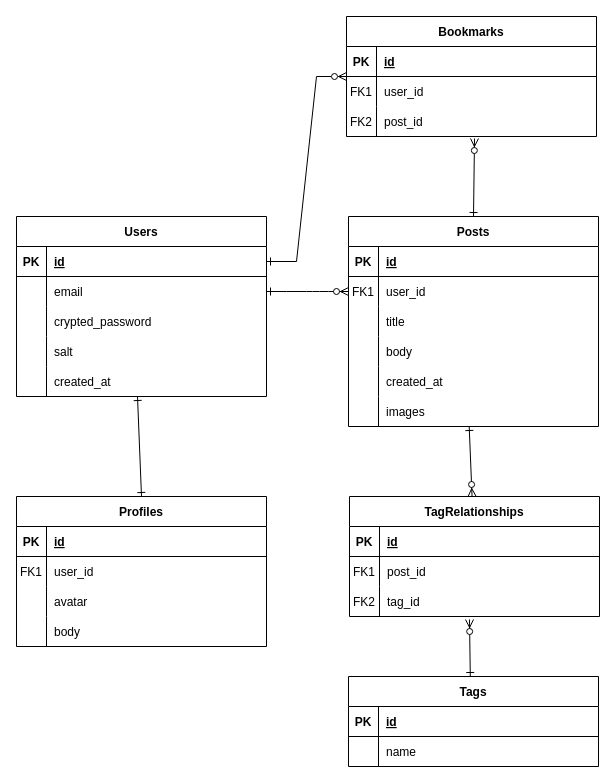
Above: ota_goods_app.drawio in akinokazuki/wota_godds_app (draw.io), before the change. Source tidied: cells renumbered, new cells numbered last; positions are measured from the earlier drawing's top-left corner, leaving out a move shared by most shapes. Both pictures are drawn from the tidied source at 100%, with x=0, y=0 at pixel (16, 16).
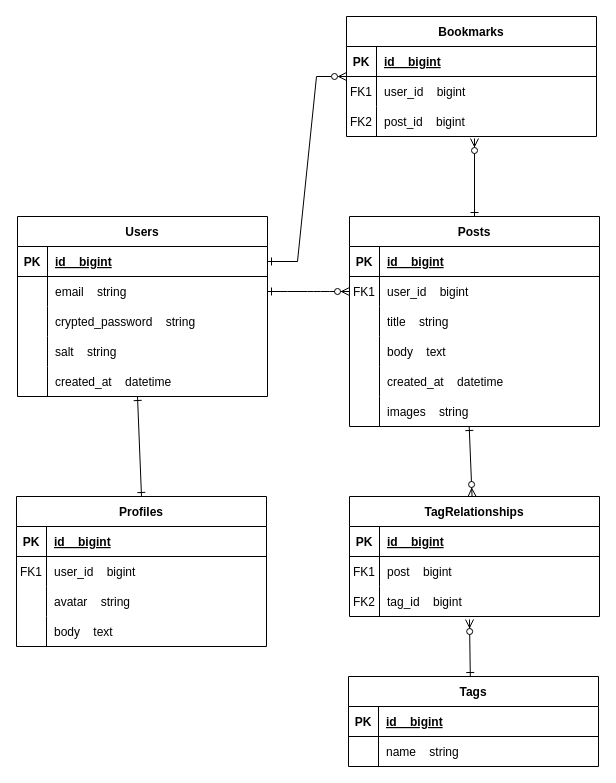
Above is the later version.

Unchanged cells that the change refers to:
```xml
<mxCell id="4" style="shape=partialRectangle;fillColor=none;top=0;left=0;right=0;bottom=1;" parent="3" vertex="1">
  <mxGeometry y="30" width="250" height="30" as="geometry" />
</mxCell>
<mxCell id="7" style="shape=partialRectangle;fillColor=none;points=[[0,0.5],[1,0.5]];portConstraint=eastwest;top=0;left=0;right=0;bottom=0;" parent="3" vertex="1">
  <mxGeometry y="60" width="250" height="30" as="geometry" />
</mxCell>
<mxCell id="10" style="shape=partialRectangle;fillColor=none;top=0;left=0;right=0;bottom=0;" parent="3" vertex="1">
  <mxGeometry y="90" width="250" height="30" as="geometry" />
</mxCell>
<mxCell id="13" style="shape=partialRectangle;fillColor=none;top=0;left=0;right=0;bottom=0;" parent="3" vertex="1">
  <mxGeometry y="120" width="250" height="30" as="geometry" />
</mxCell>
<mxCell id="16" style="shape=partialRectangle;fillColor=none;top=0;left=0;right=0;bottom=0;" parent="3" vertex="1">
  <mxGeometry y="150" width="250" height="30" as="geometry" />
</mxCell>
<mxCell id="19" style="shape=partialRectangle;fillColor=none;top=0;left=0;right=0;bottom=0;" parent="3" vertex="1">
  <mxGeometry y="180" width="250" height="30" as="geometry" />
</mxCell>
<mxCell id="23" style="shape=partialRectangle;fillColor=none;top=0;left=0;right=0;bottom=1;" parent="22" vertex="1">
  <mxGeometry y="30" width="250" height="30" as="geometry" />
</mxCell>
<mxCell id="26" style="shape=partialRectangle;fillColor=none;top=0;left=0;right=0;bottom=0;" parent="22" vertex="1">
  <mxGeometry y="60" width="250" height="30" as="geometry" />
</mxCell>
<mxCell id="29" style="shape=partialRectangle;fillColor=none;top=0;left=0;right=0;bottom=0;" parent="22" vertex="1">
  <mxGeometry y="90" width="250" height="30" as="geometry" />
</mxCell>
<mxCell id="32" style="shape=partialRectangle;fillColor=none;top=0;left=0;right=0;bottom=0;" parent="22" vertex="1">
  <mxGeometry y="120" width="250" height="30" as="geometry" />
</mxCell>
<mxCell id="36" style="shape=partialRectangle;fillColor=none;points=[[0,0.5],[1,0.5]];portConstraint=eastwest;top=0;left=0;right=0;bottom=1;" parent="35" vertex="1">
  <mxGeometry y="30" width="250" height="30" as="geometry" />
</mxCell>
<mxCell id="39" style="shape=partialRectangle;fillColor=none;points=[[0,0.5],[1,0.5]];portConstraint=eastwest;top=0;left=0;right=0;bottom=0;" parent="35" vertex="1">
  <mxGeometry y="60" width="250" height="30" as="geometry" />
</mxCell>
<mxCell id="42" style="shape=partialRectangle;fillColor=none;top=0;left=0;right=0;bottom=0;" parent="35" vertex="1">
  <mxGeometry y="90" width="250" height="30" as="geometry" />
</mxCell>
<mxCell id="45" style="shape=partialRectangle;fillColor=none;top=0;left=0;right=0;bottom=0;" parent="35" vertex="1">
  <mxGeometry y="120" width="250" height="30" as="geometry" />
</mxCell>
<mxCell id="48" style="shape=partialRectangle;fillColor=none;top=0;left=0;right=0;bottom=0;" parent="35" vertex="1">
  <mxGeometry y="150" width="250" height="30" as="geometry" />
</mxCell>
<mxCell id="52" style="shape=partialRectangle;fillColor=none;top=0;left=0;right=0;bottom=1;" parent="51" vertex="1">
  <mxGeometry y="30" width="250" height="30" as="geometry" />
</mxCell>
<mxCell id="55" style="shape=partialRectangle;fillColor=none;top=0;left=0;right=0;bottom=0;" parent="51" vertex="1">
  <mxGeometry y="60" width="250" height="30" as="geometry" />
</mxCell>
<mxCell id="58" style="shape=partialRectangle;fillColor=none;top=0;left=0;right=0;bottom=0;" parent="51" vertex="1">
  <mxGeometry y="90" width="250" height="30" as="geometry" />
</mxCell>
<mxCell id="65" style="shape=partialRectangle;fillColor=none;top=0;left=0;right=0;bottom=1;" parent="64" vertex="1">
  <mxGeometry y="30" width="250" height="30" as="geometry" />
</mxCell>
<mxCell id="68" style="shape=partialRectangle;fillColor=none;top=0;left=0;right=0;bottom=0;" parent="64" vertex="1">
  <mxGeometry y="60" width="250" height="30" as="geometry" />
</mxCell>
<mxCell id="71" style="shape=partialRectangle;fillColor=none;points=[[0,0.5],[1,0.5]];portConstraint=eastwest;top=0;left=0;right=0;bottom=0;" parent="64" vertex="1">
  <mxGeometry y="90" width="250" height="30" as="geometry" />
</mxCell>
<mxCell id="75" style="shape=partialRectangle;fillColor=none;top=0;left=0;right=0;bottom=1;" parent="74" vertex="1">
  <mxGeometry y="30" width="250" height="30" as="geometry" />
</mxCell>
<mxCell id="78" style="shape=partialRectangle;fillColor=none;top=0;left=0;right=0;bottom=0;" parent="74" vertex="1">
  <mxGeometry y="60" width="250" height="30" as="geometry" />
</mxCell>
```

Diff of the diagram source:
```diff
@@
     <mxCell id="3" value="Posts" style="shape=table;startSize=30;childLayout=tableLayout;rowLines=0;fontStyle=1;align=center;" parent="1" vertex="1">
-      <mxGeometry x="332" y="200" width="250" height="210" as="geometry" />
+      <mxGeometry x="333" y="200" width="250" height="210" as="geometry" />
     </mxCell>
@@
-    <mxCell id="6" value="id" style="shape=partialRectangle;overflow=hidden;fillColor=none;top=0;left=0;bottom=0;right=0;align=left;spacingLeft=6;fontStyle=5;" parent="4" vertex="1">
+    <mxCell id="6" value="id    bigint" style="shape=partialRectangle;overflow=hidden;fillColor=none;top=0;left=0;bottom=0;right=0;align=left;spacingLeft=6;fontStyle=5;" parent="4" vertex="1">
       <mxGeometry x="30" width="220" height="30" as="geometry" />
     </mxCell>
@@
-    <mxCell id="9" value="user_id" style="shape=partialRectangle;overflow=hidden;fillColor=none;top=0;left=0;bottom=0;right=0;align=left;spacingLeft=6;" parent="7" vertex="1">
+    <mxCell id="9" value="user_id    bigint" style="shape=partialRectangle;overflow=hidden;fillColor=none;top=0;left=0;bottom=0;right=0;align=left;spacingLeft=6;" parent="7" vertex="1">
       <mxGeometry x="30" width="220" height="30" as="geometry" />
     </mxCell>
@@
-    <mxCell id="12" value="title" style="shape=partialRectangle;overflow=hidden;fillColor=none;top=0;left=0;bottom=0;right=0;align=left;spacingLeft=6;" parent="10" vertex="1">
+    <mxCell id="12" value="title    string" style="shape=partialRectangle;overflow=hidden;fillColor=none;top=0;left=0;bottom=0;right=0;align=left;spacingLeft=6;" parent="10" vertex="1">
       <mxGeometry x="30" width="220" height="30" as="geometry" />
     </mxCell>
@@
-    <mxCell id="15" value="body" style="shape=partialRectangle;overflow=hidden;fillColor=none;top=0;left=0;bottom=0;right=0;align=left;spacingLeft=6;" parent="13" vertex="1">
+    <mxCell id="15" value="body    text" style="shape=partialRectangle;overflow=hidden;fillColor=none;top=0;left=0;bottom=0;right=0;align=left;spacingLeft=6;" parent="13" vertex="1">
       <mxGeometry x="30" width="220" height="30" as="geometry" />
     </mxCell>
@@
-    <mxCell id="18" value="created_at" style="shape=partialRectangle;overflow=hidden;fillColor=none;top=0;left=0;bottom=0;right=0;align=left;spacingLeft=6;" parent="16" vertex="1">
+    <mxCell id="18" value="created_at    datetime" style="shape=partialRectangle;overflow=hidden;fillColor=none;top=0;left=0;bottom=0;right=0;align=left;spacingLeft=6;" parent="16" vertex="1">
       <mxGeometry x="30" width="220" height="30" as="geometry" />
     </mxCell>
@@
-    <mxCell id="21" value="images" style="shape=partialRectangle;overflow=hidden;fillColor=none;top=0;left=0;bottom=0;right=0;align=left;spacingLeft=6;" parent="19" vertex="1">
+    <mxCell id="21" value="images    string" style="shape=partialRectangle;overflow=hidden;fillColor=none;top=0;left=0;bottom=0;right=0;align=left;spacingLeft=6;" parent="19" vertex="1">
       <mxGeometry x="30" width="220" height="30" as="geometry" />
     </mxCell>
@@
-    <mxCell id="25" value="id" style="shape=partialRectangle;overflow=hidden;fillColor=none;top=0;left=0;bottom=0;right=0;align=left;spacingLeft=6;fontStyle=5;" parent="23" vertex="1">
+    <mxCell id="25" value="id    bigint" style="shape=partialRectangle;overflow=hidden;fillColor=none;top=0;left=0;bottom=0;right=0;align=left;spacingLeft=6;fontStyle=5;" parent="23" vertex="1">
       <mxGeometry x="30" width="220" height="30" as="geometry" />
     </mxCell>
@@
-    <mxCell id="28" value="user_id" style="shape=partialRectangle;overflow=hidden;fillColor=none;top=0;left=0;bottom=0;right=0;align=left;spacingLeft=6;" parent="26" vertex="1">
+    <mxCell id="28" value="user_id    bigint" style="shape=partialRectangle;overflow=hidden;fillColor=none;top=0;left=0;bottom=0;right=0;align=left;spacingLeft=6;" parent="26" vertex="1">
       <mxGeometry x="30" width="220" height="30" as="geometry" />
     </mxCell>
@@
-    <mxCell id="31" value="avatar" style="shape=partialRectangle;overflow=hidden;fillColor=none;top=0;left=0;bottom=0;right=0;align=left;spacingLeft=6;" parent="29" vertex="1">
+    <mxCell id="31" value="avatar    string" style="shape=partialRectangle;overflow=hidden;fillColor=none;top=0;left=0;bottom=0;right=0;align=left;spacingLeft=6;" parent="29" vertex="1">
       <mxGeometry x="30" width="220" height="30" as="geometry" />
     </mxCell>
@@
-    <mxCell id="34" value="body" style="shape=partialRectangle;overflow=hidden;fillColor=none;top=0;left=0;bottom=0;right=0;align=left;spacingLeft=6;" parent="32" vertex="1">
+    <mxCell id="34" value="body    text" style="shape=partialRectangle;overflow=hidden;fillColor=none;top=0;left=0;bottom=0;right=0;align=left;spacingLeft=6;" parent="32" vertex="1">
       <mxGeometry x="30" width="220" height="30" as="geometry" />
     </mxCell>
     <mxCell id="35" value="Users" style="shape=table;startSize=30;childLayout=tableLayout;rowLines=0;fontStyle=1;align=center;" parent="1" vertex="1">
-      <mxGeometry y="200" width="250" height="180" as="geometry" />
+      <mxGeometry x="1" y="200" width="250" height="180" as="geometry" />
     </mxCell>
@@
-    <mxCell id="38" value="id" style="shape=partialRectangle;overflow=hidden;fillColor=none;top=0;left=0;bottom=0;right=0;align=left;spacingLeft=6;fontStyle=5;" parent="36" vertex="1">
+    <mxCell id="38" value="id    bigint" style="shape=partialRectangle;overflow=hidden;fillColor=none;top=0;left=0;bottom=0;right=0;align=left;spacingLeft=6;fontStyle=5;" parent="36" vertex="1">
       <mxGeometry x="30" width="220" height="30" as="geometry" />
     </mxCell>
@@
-    <mxCell id="41" value="email" style="shape=partialRectangle;overflow=hidden;fillColor=none;top=0;left=0;bottom=0;right=0;align=left;spacingLeft=6;" parent="39" vertex="1">
+    <mxCell id="41" value="email    string  " style="shape=partialRectangle;overflow=hidden;fillColor=none;top=0;left=0;bottom=0;right=0;align=left;spacingLeft=6;" parent="39" vertex="1">
       <mxGeometry x="30" width="220" height="30" as="geometry" />
     </mxCell>
@@
-    <mxCell id="44" value="crypted_password" style="shape=partialRectangle;overflow=hidden;fillColor=none;top=0;left=0;bottom=0;right=0;align=left;spacingLeft=6;" parent="42" vertex="1">
+    <mxCell id="44" value="crypted_password    string" style="shape=partialRectangle;overflow=hidden;fillColor=none;top=0;left=0;bottom=0;right=0;align=left;spacingLeft=6;" parent="42" vertex="1">
       <mxGeometry x="30" width="220" height="30" as="geometry" />
     </mxCell>
@@
-    <mxCell id="47" value="salt" style="shape=partialRectangle;overflow=hidden;fillColor=none;top=0;left=0;bottom=0;right=0;align=left;spacingLeft=6;" parent="45" vertex="1">
+    <mxCell id="47" value="salt    string" style="shape=partialRectangle;overflow=hidden;fillColor=none;top=0;left=0;bottom=0;right=0;align=left;spacingLeft=6;" parent="45" vertex="1">
       <mxGeometry x="30" width="220" height="30" as="geometry" />
     </mxCell>
@@
-    <mxCell id="50" value="created_at" style="shape=partialRectangle;overflow=hidden;fillColor=none;top=0;left=0;bottom=0;right=0;align=left;spacingLeft=6;" parent="48" vertex="1">
+    <mxCell id="50" value="created_at    datetime" style="shape=partialRectangle;overflow=hidden;fillColor=none;top=0;left=0;bottom=0;right=0;align=left;spacingLeft=6;" parent="48" vertex="1">
       <mxGeometry x="30" width="220" height="30" as="geometry" />
     </mxCell>
@@
-    <mxCell id="54" value="id" style="shape=partialRectangle;overflow=hidden;fillColor=none;top=0;left=0;bottom=0;right=0;align=left;spacingLeft=6;fontStyle=5;" parent="52" vertex="1">
+    <mxCell id="54" value="id    bigint" style="shape=partialRectangle;overflow=hidden;fillColor=none;top=0;left=0;bottom=0;right=0;align=left;spacingLeft=6;fontStyle=5;" parent="52" vertex="1">
       <mxGeometry x="30" width="220" height="30" as="geometry" />
     </mxCell>
@@
-    <mxCell id="57" value="user_id" style="shape=partialRectangle;overflow=hidden;fillColor=none;top=0;left=0;bottom=0;right=0;align=left;spacingLeft=6;" parent="55" vertex="1">
+    <mxCell id="57" value="user_id    bigint" style="shape=partialRectangle;overflow=hidden;fillColor=none;top=0;left=0;bottom=0;right=0;align=left;spacingLeft=6;" parent="55" vertex="1">
       <mxGeometry x="30" width="220" height="30" as="geometry" />
     </mxCell>
@@
-    <mxCell id="60" value="post_id" style="shape=partialRectangle;overflow=hidden;fillColor=none;top=0;left=0;bottom=0;right=0;align=left;spacingLeft=6;" parent="58" vertex="1">
+    <mxCell id="60" value="post_id    bigint" style="shape=partialRectangle;overflow=hidden;fillColor=none;top=0;left=0;bottom=0;right=0;align=left;spacingLeft=6;" parent="58" vertex="1">
       <mxGeometry x="30" width="220" height="30" as="geometry" />
     </mxCell>
@@
-    <mxCell id="67" value="id" style="shape=partialRectangle;overflow=hidden;fillColor=none;top=0;left=0;bottom=0;right=0;align=left;spacingLeft=6;fontStyle=5;" parent="65" vertex="1">
+    <mxCell id="67" value="id    bigint" style="shape=partialRectangle;overflow=hidden;fillColor=none;top=0;left=0;bottom=0;right=0;align=left;spacingLeft=6;fontStyle=5;" parent="65" vertex="1">
       <mxGeometry x="30" width="220" height="30" as="geometry" />
     </mxCell>
@@
-    <mxCell id="70" value="post_id" style="shape=partialRectangle;overflow=hidden;fillColor=none;top=0;left=0;bottom=0;right=0;align=left;spacingLeft=6;" parent="68" vertex="1">
+    <mxCell id="70" value="post    bigint" style="shape=partialRectangle;overflow=hidden;fillColor=none;top=0;left=0;bottom=0;right=0;align=left;spacingLeft=6;" parent="68" vertex="1">
       <mxGeometry x="30" width="220" height="30" as="geometry" />
     </mxCell>
@@
-    <mxCell id="73" value="tag_id" style="shape=partialRectangle;overflow=hidden;fillColor=none;top=0;left=0;bottom=0;right=0;align=left;spacingLeft=6;" parent="71" vertex="1">
+    <mxCell id="73" value="tag_id    bigint" style="shape=partialRectangle;overflow=hidden;fillColor=none;top=0;left=0;bottom=0;right=0;align=left;spacingLeft=6;" parent="71" vertex="1">
       <mxGeometry x="30" width="220" height="30" as="geometry" />
     </mxCell>
@@
-    <mxCell id="77" value="id" style="shape=partialRectangle;overflow=hidden;fillColor=none;top=0;left=0;bottom=0;right=0;align=left;spacingLeft=6;fontStyle=5;" parent="75" vertex="1">
+    <mxCell id="77" value="id    bigint" style="shape=partialRectangle;overflow=hidden;fillColor=none;top=0;left=0;bottom=0;right=0;align=left;spacingLeft=6;fontStyle=5;" parent="75" vertex="1">
       <mxGeometry x="30" width="220" height="30" as="geometry" />
     </mxCell>
@@
-    <mxCell id="80" value="name" style="shape=partialRectangle;overflow=hidden;fillColor=none;top=0;left=0;bottom=0;right=0;align=left;spacingLeft=6;" parent="78" vertex="1">
+    <mxCell id="80" value="name    string" style="shape=partialRectangle;overflow=hidden;fillColor=none;top=0;left=0;bottom=0;right=0;align=left;spacingLeft=6;" parent="78" vertex="1">
       <mxGeometry x="30" width="220" height="30" as="geometry" />
     </mxCell>
```
